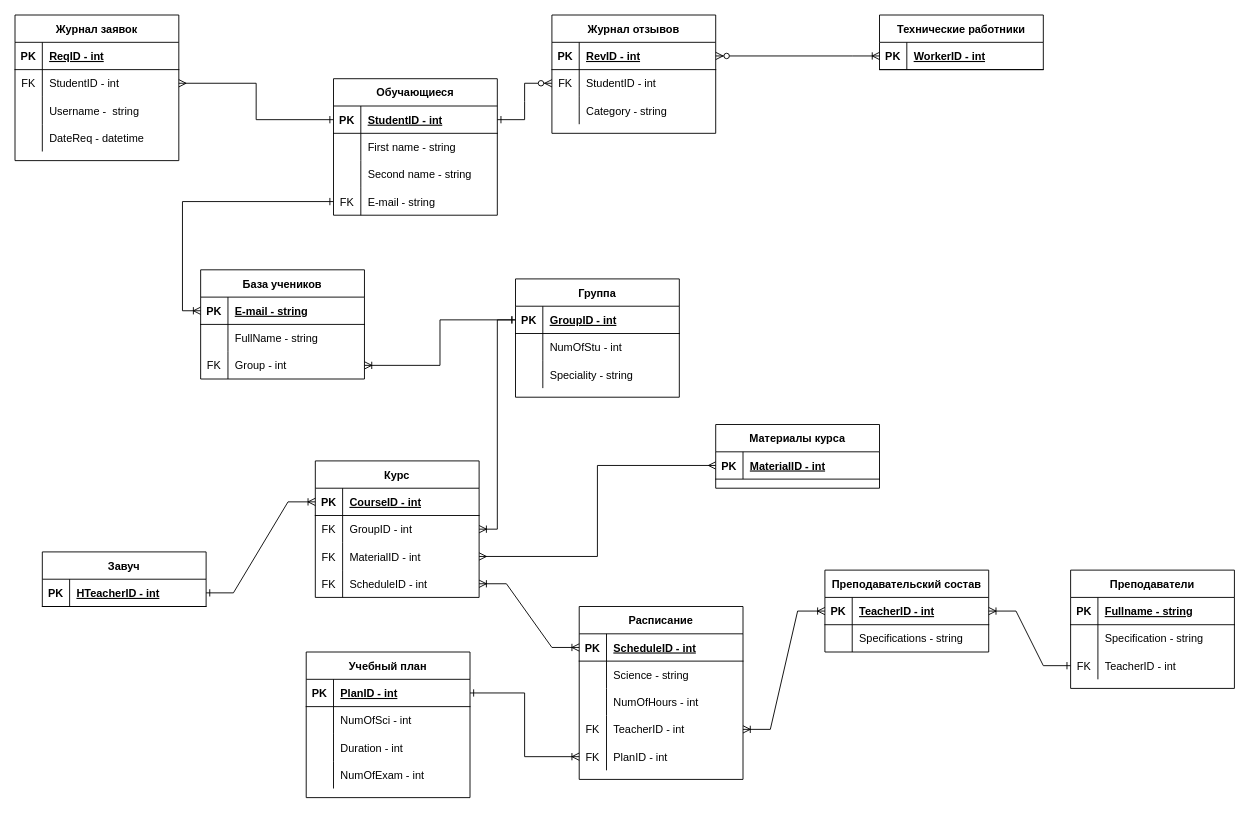
The draw.io diagram ER.drawio in JKtheeone/Online-School, before the edit. Source tidied: cells renumbered, new cells numbered last; positions are measured from the earlier drawing's top-left corner, leaving out a move shared by most shapes. Both pictures are drawn from the tidied source at 91%, with x=0, y=0 at pixel (15, 15).
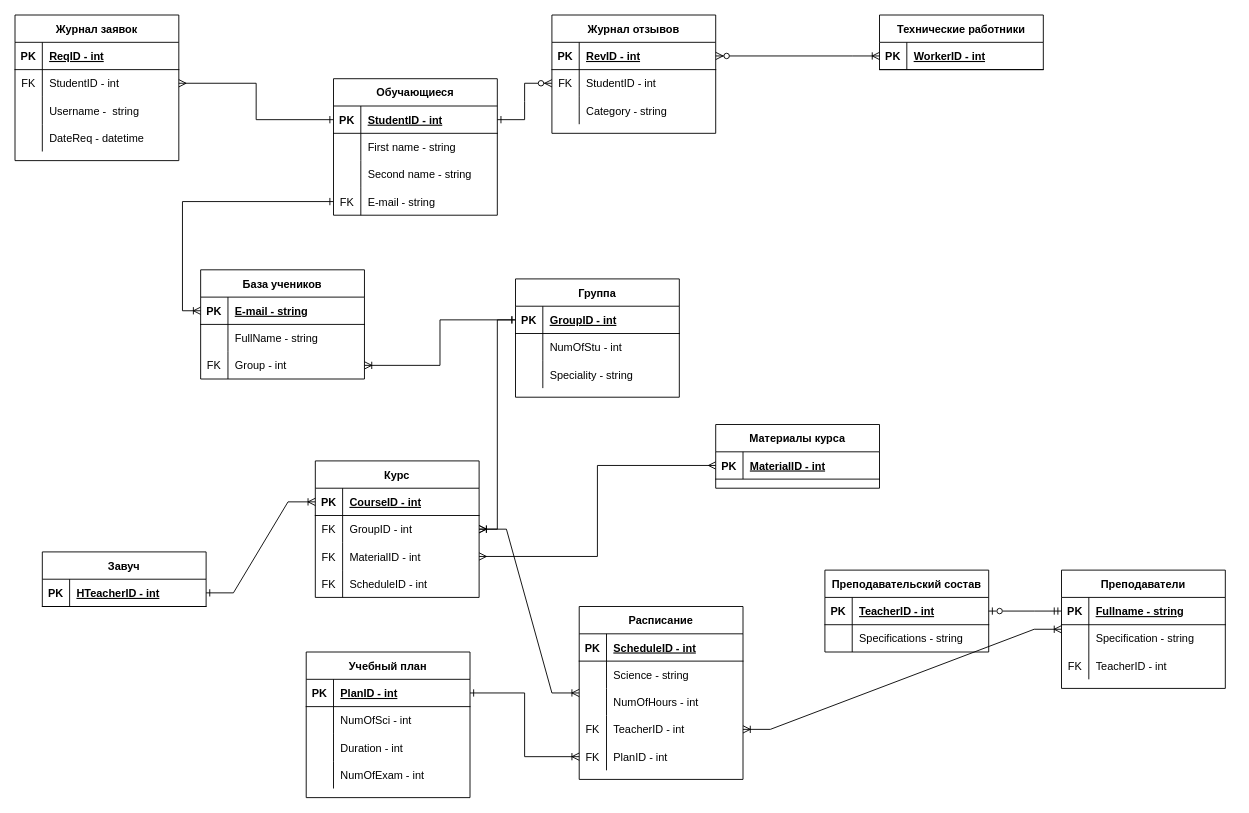
Above is the later version.

Unchanged cells that the change refers to:
```xml
<mxCell id="59" value="Расписание" style="shape=table;startSize=30;childLayout=tableLayout;rowLines=0;fontStyle=1;align=center;" parent="1" vertex="1">
  <mxGeometry x="620" y="650" width="180" height="190" as="geometry" />
</mxCell>
<mxCell id="60" style="shape=partialRectangle;fillColor=none;top=0;left=0;bottom=1;right=0;points=[[0,0.5],[1,0.5]];portConstraint=eastwest;" parent="59" vertex="1">
  <mxGeometry y="30" width="180" height="30" as="geometry" />
</mxCell>
<mxCell id="69" style="shape=partialRectangle;fillColor=none;top=0;left=0;bottom=0;right=0;points=[[0,0.5],[1,0.5]];portConstraint=eastwest;" parent="59" vertex="1">
  <mxGeometry y="120" width="180" height="30" as="geometry" />
</mxCell>
<mxCell id="75" value="Курс" style="shape=table;startSize=30;childLayout=tableLayout;rowLines=0;fontStyle=1;align=center;fillColor=default;strokeColor=default;fontColor=default;" parent="1" vertex="1">
  <mxGeometry x="330" y="490" width="180" height="150" as="geometry" />
</mxCell>
<mxCell id="85" style="shape=partialRectangle;fillColor=none;top=0;left=0;bottom=0;right=0;points=[[0,0.5],[1,0.5]];portConstraint=eastwest;" parent="75" vertex="1">
  <mxGeometry y="120" width="180" height="30" as="geometry" />
</mxCell>
<mxCell id="89" style="shape=partialRectangle;fillColor=none;top=0;left=0;bottom=1;right=0;points=[[0,0.5],[1,0.5]];portConstraint=eastwest;" parent="88" vertex="1">
  <mxGeometry y="30" width="180" height="30" as="geometry" />
</mxCell>
<mxCell id="96" style="shape=partialRectangle;fillColor=none;top=0;left=0;bottom=1;right=0;points=[[0,0.5],[1,0.5]];portConstraint=eastwest;" parent="95" vertex="1">
  <mxGeometry y="30" width="180" height="30" as="geometry" />
</mxCell>
<mxCell id="102" style="shape=partialRectangle;fillColor=none;top=0;left=0;bottom=0;right=0;points=[[0,0.5],[1,0.5]];portConstraint=eastwest;" parent="95" vertex="1">
  <mxGeometry y="90" width="180" height="30" as="geometry" />
</mxCell>
```

The edit, as a diff of the source:
```diff
@@
     <mxCell id="95" value="Преподаватели" style="shape=table;startSize=30;childLayout=tableLayout;rowLines=0;fontStyle=1;align=center;fillColor=default;strokeColor=default;fontColor=default;" parent="1" vertex="1">
-      <mxGeometry x="1160" y="610" width="180" height="130" as="geometry" />
+      <mxGeometry x="1150" y="610" width="180" height="130" as="geometry" />
     </mxCell>
@@
-    <mxCell id="107" style="edgeStyle=entityRelationEdgeStyle;fontSize=12;html=1;endArrow=ERoneToMany;startArrow=ERone;rounded=0;exitX=0;exitY=0.5;exitDx=0;exitDy=0;entryX=1;entryY=0.5;entryDx=0;entryDy=0;startFill=0;" parent="1" edge="1" source="102" target="89">
-      <mxGeometry relative="1" as="geometry" />
-    </mxCell>
-    <mxCell id="108" style="edgeStyle=entityRelationEdgeStyle;fontSize=12;html=1;endArrow=ERoneToMany;startArrow=ERoneToMany;rounded=0;entryX=0;entryY=0.5;entryDx=0;entryDy=0;exitX=1;exitY=0.5;exitDx=0;exitDy=0;" parent="1" edge="1" source="69" target="89">
+    <mxCell id="108" style="edgeStyle=entityRelationEdgeStyle;fontSize=12;html=1;endArrow=ERoneToMany;startArrow=ERoneToMany;rounded=0;exitX=1;exitY=0.5;exitDx=0;exitDy=0;" parent="1" edge="1" source="69" target="95">
       <mxGeometry relative="1" as="geometry" />
     </mxCell>
@@
-    <mxCell id="110" style="edgeStyle=entityRelationEdgeStyle;fontSize=12;html=1;endArrow=ERoneToMany;startArrow=ERoneToMany;rounded=0;exitX=1;exitY=0.5;exitDx=0;exitDy=0;entryX=0;entryY=0.5;entryDx=0;entryDy=0;" parent="1" edge="1" source="85" target="60">
+    <mxCell id="110" style="edgeStyle=entityRelationEdgeStyle;fontSize=12;html=1;endArrow=ERoneToMany;startArrow=ERoneToMany;rounded=0;" parent="1" edge="1" source="75" target="59">
       <mxGeometry relative="1" as="geometry" />
     </mxCell>
@@
+    <mxCell id="107" style="edgeStyle=entityRelationEdgeStyle;fontSize=12;html=1;endArrow=ERmandOne;startArrow=ERzeroToOne;rounded=0;startFill=0;endFill=0;" parent="1" edge="1" source="89" target="96">
+      <mxGeometry relative="1" as="geometry" />
+    </mxCell>
```
